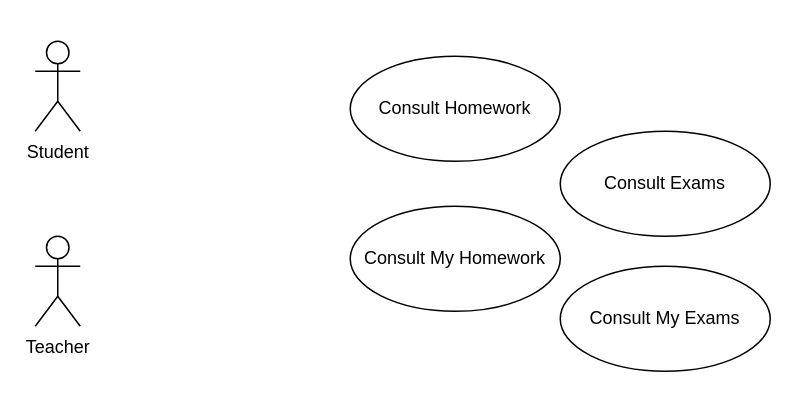
Before: Calculatrice/ES PKFRC use case local myactivity.drawio in sngdtechnologies/Calculatrice, a draw.io diagram. Source tidied: cells renumbered, new cells numbered last; positions are measured from the earlier drawing's top-left corner, leaving out a move shared by most shapes. Both pictures are drawn from the tidied source at 150%, with x=0, y=0 at pixel (34, 40).
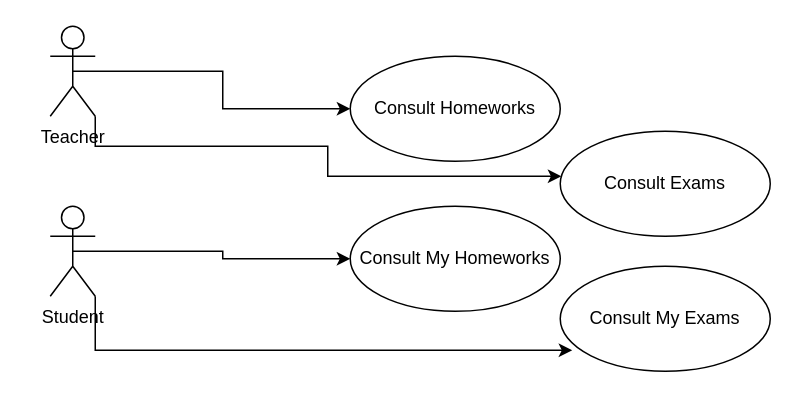
After the change.

Commit message (it also covers changes not shown here):
Mettre à jour ES PKFRC use case local myactivity.drawio

What changed in the source:
```diff
@@
 <mxGraphModel>
   <root>
     <mxCell id="0" />
     <mxCell id="1" parent="0" />
-    <mxCell id="2" value="Consult My Homework" style="ellipse;whiteSpace=wrap;html=1;" parent="1" vertex="1">
+    <mxCell id="2" value="Consult My Homeworks" style="ellipse;whiteSpace=wrap;html=1;" parent="1" vertex="1">
       <mxGeometry x="210" y="110" width="140" height="70" as="geometry" />
     </mxCell>
-    <mxCell id="3" value="Consult Homework" style="ellipse;whiteSpace=wrap;html=1;" parent="1" vertex="1">
+    <mxCell id="3" value="Consult Homeworks" style="ellipse;whiteSpace=wrap;html=1;" parent="1" vertex="1">
       <mxGeometry x="210" y="10" width="140" height="70" as="geometry" />
     </mxCell>
     <mxCell id="4" value="Consult M&lt;span style=&quot;background-color: transparent; color: light-dark(rgb(0, 0, 0), rgb(255, 255, 255));&quot;&gt;y Exams&lt;/span&gt;" style="ellipse;whiteSpace=wrap;html=1;" parent="1" vertex="1">
       <mxGeometry x="350" y="150" width="140" height="70" as="geometry" />
     </mxCell>
     <mxCell id="5" value="Consult Exam&lt;span style=&quot;background-color: transparent; color: light-dark(rgb(0, 0, 0), rgb(255, 255, 255));&quot;&gt;s&lt;/span&gt;" style="ellipse;whiteSpace=wrap;html=1;" parent="1" vertex="1">
       <mxGeometry x="350" y="60" width="140" height="70" as="geometry" />
     </mxCell>
+    <mxCell id="8" style="edgeStyle=orthogonalEdgeStyle;rounded=0;jettySize=auto;html=1;exitX=0.5;exitY=0.5;exitDx=0;exitDy=0;exitPerimeter=0;" parent="1" edge="1" source="6" target="3">
+      <mxGeometry relative="1" as="geometry" />
+    </mxCell>
+    <mxCell id="9" style="edgeStyle=orthogonalEdgeStyle;rounded=0;jettySize=auto;html=1;exitX=1;exitY=1;exitDx=0;exitDy=0;exitPerimeter=0;" parent="1" edge="1" source="6" target="5">
+      <mxGeometry relative="1" as="geometry">
+        <Array as="points">
+          <mxPoint x="40" y="70" />
+          <mxPoint x="195" y="70" />
+          <mxPoint x="195" y="90" />
+        </Array>
+      </mxGeometry>
+    </mxCell>
     <mxCell id="6" value="Teacher" style="shape=umlActor;verticalLabelPosition=bottom;verticalAlign=top;html=1;" parent="1" vertex="1">
-      <mxGeometry y="130" width="30" height="60" as="geometry" />
+      <mxGeometry x="10" y="-10" width="30" height="60" as="geometry" />
     </mxCell>
+    <mxCell id="10" style="edgeStyle=orthogonalEdgeStyle;rounded=0;jettySize=auto;html=1;exitX=0.5;exitY=0.5;exitDx=0;exitDy=0;exitPerimeter=0;entryX=0;entryY=0.5;entryDx=0;entryDy=0;" parent="1" edge="1" source="7" target="2">
+      <mxGeometry relative="1" as="geometry" />
+    </mxCell>
     <mxCell id="7" value="Student" style="shape=umlActor;verticalLabelPosition=bottom;verticalAlign=top;html=1;" parent="1" vertex="1">
-      <mxGeometry width="30" height="60" as="geometry" />
+      <mxGeometry x="10" y="110" width="30" height="60" as="geometry" />
     </mxCell>
+    <mxCell id="11" style="edgeStyle=orthogonalEdgeStyle;rounded=0;jettySize=auto;html=1;exitX=1;exitY=1;exitDx=0;exitDy=0;exitPerimeter=0;entryX=0.057;entryY=0.8;entryDx=0;entryDy=0;entryPerimeter=0;" parent="1" edge="1" source="7" target="4">
+      <mxGeometry relative="1" as="geometry" />
+    </mxCell>
   </root>
 </mxGraphModel>
```
